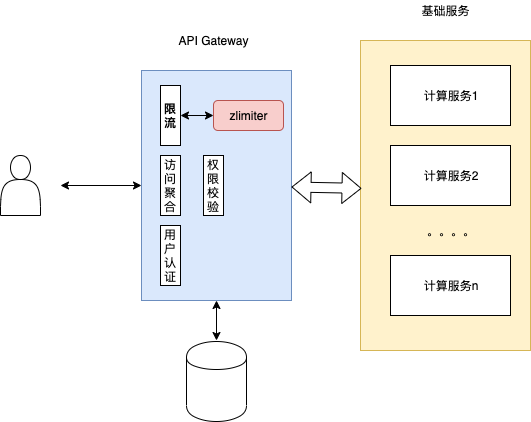
Earlier version of the draw.io export centralized.png (zzerroo/zlimiter). Source tidied: cells renumbered, new cells last; positions are measured from the earlier drawing's top-left corner, leaving out a move shared by most shapes. The source it was exported from:
```xml
<mxGraphModel>
  <root>
    <mxCell id="0" />
    <mxCell id="1" parent="0" />
    <mxCell id="2" style="rounded=0;whiteSpace=wrap;html=1;fillColor=#fff2cc;strokeColor=#d6b656;" parent="1" vertex="1">
      <mxGeometry x="360" y="40" width="170" height="310" as="geometry" />
    </mxCell>
    <mxCell id="3" style="rounded=0;whiteSpace=wrap;html=1;fillColor=#dae8fc;strokeColor=#6c8ebf;" parent="1" vertex="1">
      <mxGeometry x="141" y="70" width="150" height="230" as="geometry" />
    </mxCell>
    <mxCell id="4" value="限流" style="rounded=0;whiteSpace=wrap;html=1;fontStyle=1;" parent="1" vertex="1">
      <mxGeometry x="160" y="85" width="20" height="60" as="geometry" />
    </mxCell>
    <mxCell id="5" value="访问聚合" style="rounded=0;whiteSpace=wrap;html=1;" parent="1" vertex="1">
      <mxGeometry x="160" y="155" width="20" height="60" as="geometry" />
    </mxCell>
    <mxCell id="6" value="用户认证" style="rounded=0;whiteSpace=wrap;html=1;" parent="1" vertex="1">
      <mxGeometry x="160" y="225" width="20" height="60" as="geometry" />
    </mxCell>
    <mxCell id="7" value="权限校验" style="rounded=0;whiteSpace=wrap;html=1;" parent="1" vertex="1">
      <mxGeometry x="203" y="155" width="20" height="60" as="geometry" />
    </mxCell>
    <mxCell id="8" value="zlimiter" style="rounded=1;whiteSpace=wrap;html=1;fillColor=#f8cecc;strokeColor=#b85450;" parent="1" vertex="1">
      <mxGeometry x="213" y="100" width="70" height="30" as="geometry" />
    </mxCell>
    <mxCell id="9" style="endArrow=classic;startArrow=classic;html=1;entryX=0;entryY=0.5;entryDx=0;entryDy=0;exitX=1;exitY=0.5;exitDx=0;exitDy=0;" parent="1" edge="1" source="4" target="8">
      <mxGeometry relative="1" as="geometry" />
    </mxCell>
    <mxCell id="10" style="shape=cylinder;whiteSpace=wrap;html=1;boundedLbl=1;backgroundOutline=1;" parent="1" vertex="1">
      <mxGeometry x="186" y="341" width="60" height="80" as="geometry" />
    </mxCell>
    <mxCell id="11" value="计算服务1" style="rounded=0;whiteSpace=wrap;html=1;" parent="1" vertex="1">
      <mxGeometry x="390" y="65" width="120" height="60" as="geometry" />
    </mxCell>
    <mxCell id="12" value="&lt;span style=&quot;white-space: normal&quot;&gt;计算服务n&lt;/span&gt;" style="rounded=0;whiteSpace=wrap;html=1;" parent="1" vertex="1">
      <mxGeometry x="390" y="255" width="120" height="60" as="geometry" />
    </mxCell>
    <mxCell id="13" value="&lt;span style=&quot;white-space: normal&quot;&gt;计算服务2&lt;/span&gt;" style="rounded=0;whiteSpace=wrap;html=1;" parent="1" vertex="1">
      <mxGeometry x="390" y="145" width="120" height="60" as="geometry" />
    </mxCell>
    <mxCell id="14" value="。。。。" style="text;html=1;strokeColor=none;fillColor=none;align=center;verticalAlign=middle;whiteSpace=wrap;rounded=0;" parent="1" vertex="1">
      <mxGeometry x="430" y="220" width="40" height="20" as="geometry" />
    </mxCell>
    <mxCell id="15" style="endArrow=classic;startArrow=classic;html=1;entryX=0;entryY=0.5;entryDx=0;entryDy=0;" parent="1" edge="1" target="3">
      <mxGeometry relative="1" as="geometry">
        <mxPoint x="60" y="185" as="sourcePoint" />
      </mxGeometry>
    </mxCell>
    <mxCell id="16" style="shape=actor;whiteSpace=wrap;html=1;" parent="1" vertex="1">
      <mxGeometry y="155" width="40" height="60" as="geometry" />
    </mxCell>
    <mxCell id="17" style="endArrow=classic;startArrow=classic;html=1;entryX=0.5;entryY=1;entryDx=0;entryDy=0;" parent="1" edge="1" target="3">
      <mxGeometry relative="1" as="geometry">
        <mxPoint x="216" y="340" as="sourcePoint" />
      </mxGeometry>
    </mxCell>
    <mxCell id="18" value="API Gateway" style="text;html=1;strokeColor=none;fillColor=none;align=center;verticalAlign=middle;whiteSpace=wrap;rounded=0;" parent="1" vertex="1">
      <mxGeometry x="170" y="30" width="87" height="20" as="geometry" />
    </mxCell>
    <mxCell id="19" value="基础服务" style="text;html=1;strokeColor=none;fillColor=none;align=center;verticalAlign=middle;whiteSpace=wrap;rounded=0;" parent="1" vertex="1">
      <mxGeometry x="401.5" width="87" height="20" as="geometry" />
    </mxCell>
    <mxCell id="20" style="shape=flexArrow;endArrow=classic;startArrow=classic;html=1;entryX=0.006;entryY=0.477;entryDx=0;entryDy=0;entryPerimeter=0;" parent="1" edge="1" source="3" target="2">
      <mxGeometry relative="1" as="geometry" />
    </mxCell>
  </root>
</mxGraphModel>
```
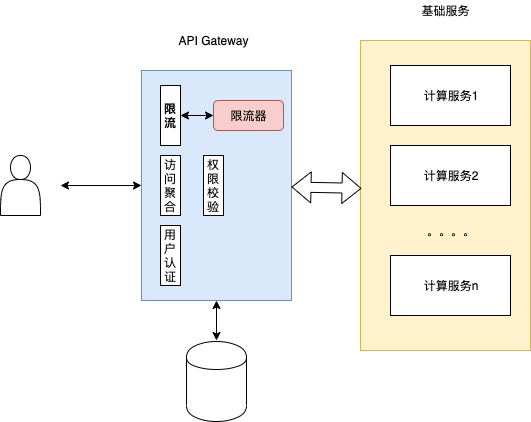
The same file after the commit.

Change to the diagram source:
```diff
@@ -2,12 +2,12 @@
   <root>
     <mxCell id="0" />
     <mxCell id="1" parent="0" />
-    <mxCell id="2" style="rounded=0;whiteSpace=wrap;html=1;fillColor=#fff2cc;strokeColor=#d6b656;" parent="1" vertex="1">
-      <mxGeometry x="360" y="40" width="170" height="310" as="geometry" />
-    </mxCell>
-    <mxCell id="3" style="rounded=0;whiteSpace=wrap;html=1;fillColor=#dae8fc;strokeColor=#6c8ebf;" parent="1" vertex="1">
-      <mxGeometry x="141" y="70" width="150" height="230" as="geometry" />
-    </mxCell>
+    <mxCell id="21" style="rounded=0;whiteSpace=wrap;html=1;fillColor=#fff2cc;strokeColor=#d6b656;" parent="1" vertex="1">
+      <mxGeometry x="360" y="40" width="170" height="310" as="geometry" />
+    </mxCell>
+    <mxCell id="22" style="rounded=0;whiteSpace=wrap;html=1;fillColor=#dae8fc;strokeColor=#6c8ebf;" parent="1" vertex="1">
+      <mxGeometry x="141" y="70" width="150" height="230" as="geometry" />
+    </mxCell>
     <mxCell id="4" value="限流" style="rounded=0;whiteSpace=wrap;html=1;fontStyle=1;" parent="1" vertex="1">
       <mxGeometry x="160" y="85" width="20" height="60" as="geometry" />
     </mxCell>
@@ -20,15 +20,15 @@
     <mxCell id="7" value="权限校验" style="rounded=0;whiteSpace=wrap;html=1;" parent="1" vertex="1">
       <mxGeometry x="203" y="155" width="20" height="60" as="geometry" />
     </mxCell>
-    <mxCell id="8" value="zlimiter" style="rounded=1;whiteSpace=wrap;html=1;fillColor=#f8cecc;strokeColor=#b85450;" parent="1" vertex="1">
-      <mxGeometry x="213" y="100" width="70" height="30" as="geometry" />
-    </mxCell>
-    <mxCell id="9" style="endArrow=classic;startArrow=classic;html=1;entryX=0;entryY=0.5;entryDx=0;entryDy=0;exitX=1;exitY=0.5;exitDx=0;exitDy=0;" parent="1" edge="1" source="4" target="8">
-      <mxGeometry relative="1" as="geometry" />
-    </mxCell>
-    <mxCell id="10" style="shape=cylinder;whiteSpace=wrap;html=1;boundedLbl=1;backgroundOutline=1;" parent="1" vertex="1">
-      <mxGeometry x="186" y="341" width="60" height="80" as="geometry" />
-    </mxCell>
+    <mxCell id="23" value="限流器" style="rounded=1;whiteSpace=wrap;html=1;fillColor=#f8cecc;strokeColor=#b85450;" parent="1" vertex="1">
+      <mxGeometry x="213" y="100" width="70" height="30" as="geometry" />
+    </mxCell>
+    <mxCell id="24" style="endArrow=classic;startArrow=classic;html=1;entryX=0;entryY=0.5;entryDx=0;entryDy=0;exitX=1;exitY=0.5;exitDx=0;exitDy=0;" parent="1" edge="1" source="4" target="23">
+      <mxGeometry relative="1" as="geometry" />
+    </mxCell>
+    <mxCell id="25" style="shape=cylinder;whiteSpace=wrap;html=1;boundedLbl=1;backgroundOutline=1;" parent="1" vertex="1">
+      <mxGeometry x="186" y="341" width="60" height="80" as="geometry" />
+    </mxCell>
     <mxCell id="11" value="计算服务1" style="rounded=0;whiteSpace=wrap;html=1;" parent="1" vertex="1">
       <mxGeometry x="390" y="65" width="120" height="60" as="geometry" />
     </mxCell>
@@ -41,27 +41,27 @@
     <mxCell id="14" value="。。。。" style="text;html=1;strokeColor=none;fillColor=none;align=center;verticalAlign=middle;whiteSpace=wrap;rounded=0;" parent="1" vertex="1">
       <mxGeometry x="430" y="220" width="40" height="20" as="geometry" />
     </mxCell>
-    <mxCell id="15" style="endArrow=classic;startArrow=classic;html=1;entryX=0;entryY=0.5;entryDx=0;entryDy=0;" parent="1" edge="1" target="3">
-      <mxGeometry relative="1" as="geometry">
-        <mxPoint x="60" y="185" as="sourcePoint" />
-      </mxGeometry>
-    </mxCell>
-    <mxCell id="16" style="shape=actor;whiteSpace=wrap;html=1;" parent="1" vertex="1">
-      <mxGeometry y="155" width="40" height="60" as="geometry" />
-    </mxCell>
-    <mxCell id="17" style="endArrow=classic;startArrow=classic;html=1;entryX=0.5;entryY=1;entryDx=0;entryDy=0;" parent="1" edge="1" target="3">
-      <mxGeometry relative="1" as="geometry">
-        <mxPoint x="216" y="340" as="sourcePoint" />
-      </mxGeometry>
-    </mxCell>
+    <mxCell id="26" style="endArrow=classic;startArrow=classic;html=1;entryX=0;entryY=0.5;entryDx=0;entryDy=0;" parent="1" edge="1" target="22">
+      <mxGeometry relative="1" as="geometry">
+        <mxPoint x="60" y="185" as="sourcePoint" />
+      </mxGeometry>
+    </mxCell>
+    <mxCell id="27" style="shape=actor;whiteSpace=wrap;html=1;" parent="1" vertex="1">
+      <mxGeometry y="155" width="40" height="60" as="geometry" />
+    </mxCell>
+    <mxCell id="28" style="endArrow=classic;startArrow=classic;html=1;entryX=0.5;entryY=1;entryDx=0;entryDy=0;" parent="1" edge="1" target="22">
+      <mxGeometry relative="1" as="geometry">
+        <mxPoint x="216" y="340" as="sourcePoint" />
+      </mxGeometry>
+    </mxCell>
     <mxCell id="18" value="API Gateway" style="text;html=1;strokeColor=none;fillColor=none;align=center;verticalAlign=middle;whiteSpace=wrap;rounded=0;" parent="1" vertex="1">
       <mxGeometry x="170" y="30" width="87" height="20" as="geometry" />
     </mxCell>
     <mxCell id="19" value="基础服务" style="text;html=1;strokeColor=none;fillColor=none;align=center;verticalAlign=middle;whiteSpace=wrap;rounded=0;" parent="1" vertex="1">
       <mxGeometry x="401.5" width="87" height="20" as="geometry" />
     </mxCell>
-    <mxCell id="20" style="shape=flexArrow;endArrow=classic;startArrow=classic;html=1;entryX=0.006;entryY=0.477;entryDx=0;entryDy=0;entryPerimeter=0;" parent="1" edge="1" source="3" target="2">
-      <mxGeometry relative="1" as="geometry" />
-    </mxCell>
+    <mxCell id="29" style="shape=flexArrow;endArrow=classic;startArrow=classic;html=1;entryX=0.006;entryY=0.477;entryDx=0;entryDy=0;entryPerimeter=0;" parent="1" edge="1" source="22" target="21">
+      <mxGeometry relative="1" as="geometry" />
+    </mxCell>
   </root>
 </mxGraphModel>
```
